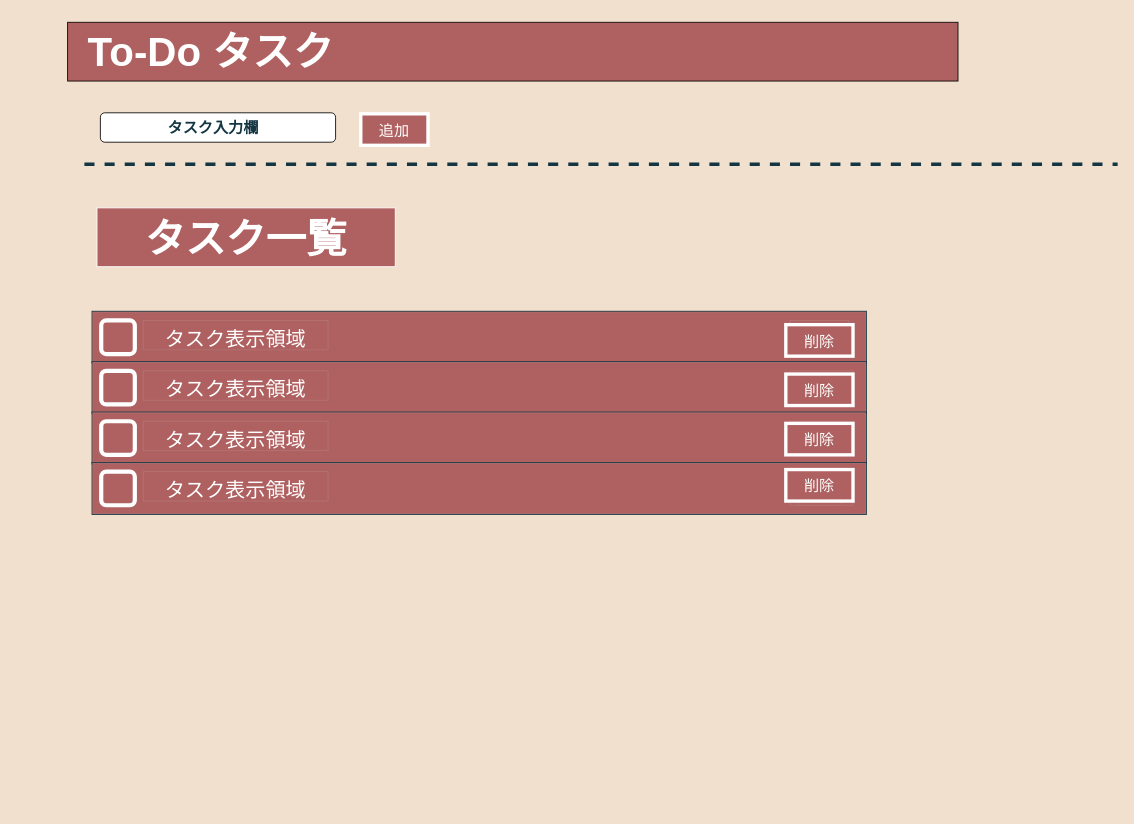
Before: documents/images/image_To-DoWebApp.drawio in IshizakiKeisuke/To-do-App, a draw.io diagram. Source tidied: cells renumbered, new cells numbered last; positions are measured from the earlier drawing's top-left corner, leaving out a move shared by most shapes. Both pictures are drawn from the tidied source at 84%, with x=0, y=0 at pixel (14, 22).
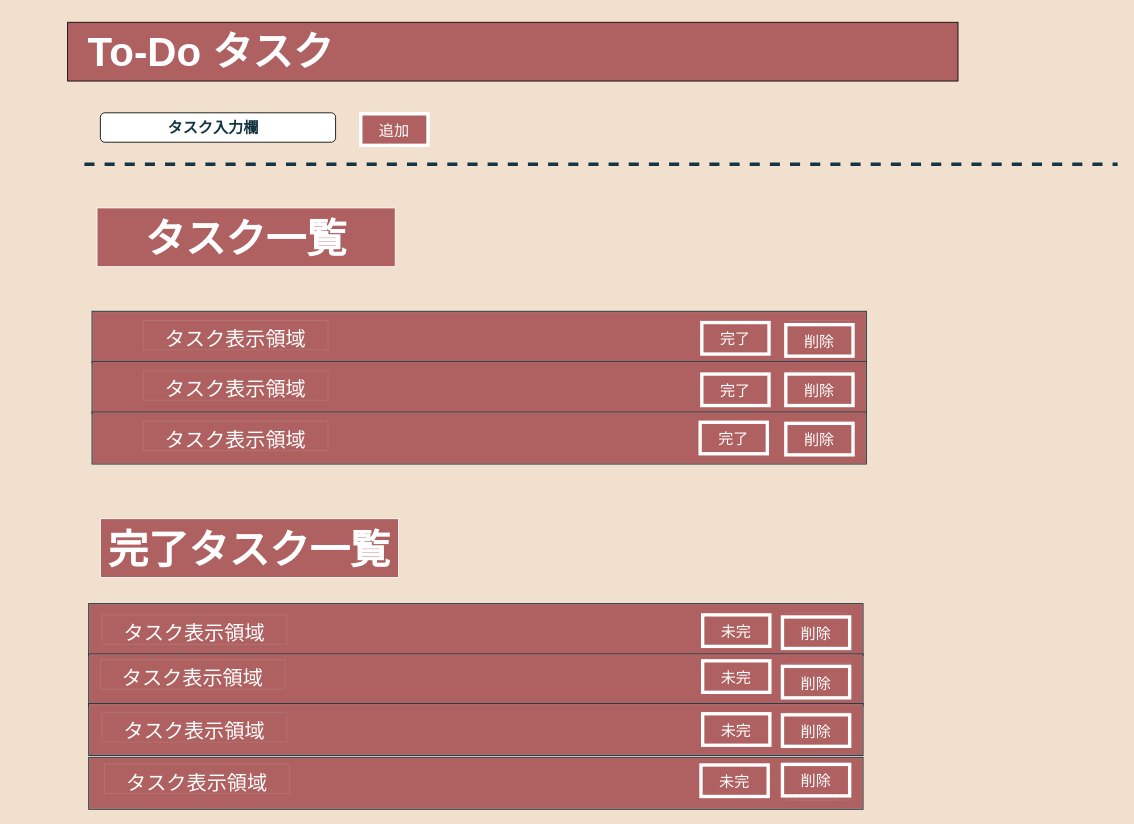
After the change.

Unchanged cells that the change refers to:
```xml
<mxCell id="7" style="group;fillColor=none;strokeColor=#143642;fontColor=#FFFFFF;strokeWidth=3;perimeterSpacing=3;" parent="1" vertex="1">
  <mxGeometry x="93" y="345" width="920" height="60" as="geometry" />
</mxCell>
<mxCell id="16" style="group;fillColor=none;strokeColor=#143642;fontColor=#FFFFFF;strokeWidth=3;perimeterSpacing=3;" parent="1" vertex="1">
  <mxGeometry x="93" y="405" width="920" height="60" as="geometry" />
</mxCell>
<mxCell id="25" style="group;fillColor=none;strokeColor=#143642;fontColor=#FFFFFF;strokeWidth=3;perimeterSpacing=3;" parent="1" vertex="1">
  <mxGeometry x="93" y="465" width="920" height="60" as="geometry" />
</mxCell>
```

Diff of the diagram source:
```diff
@@
-    <mxCell id="12" style="rounded=1;whiteSpace=wrap;html=1;fontSize=36;fillColor=#AF6060;strokeColor=#FFFFFF;strokeWidth=5;perimeterSpacing=3;" parent="7" vertex="1">
-      <mxGeometry x="10" y="10" width="40" height="40" as="geometry" />
-    </mxCell>
@@
+    <mxCell id="47" style="group;perimeterSpacing=3;" parent="7" vertex="1">
+      <mxGeometry x="725" y="7.5" width="80" height="42.5" as="geometry" />
+    </mxCell>
+    <mxCell id="48" style="group;fillColor=#AF6060;strokeColor=#FFFFFF;strokeWidth=4;perimeterSpacing=3;" parent="47" vertex="1">
+      <mxGeometry y="5" width="80" height="37.5" as="geometry" />
+    </mxCell>
+    <mxCell id="49" value="&lt;font color=&quot;#ffffff&quot;&gt;&lt;span style=&quot;font-size: 18px&quot;&gt;完了&lt;/span&gt;&lt;/font&gt;" style="text;html=1;align=center;verticalAlign=middle;whiteSpace=wrap;rounded=0;fontSize=36;fillColor=none;strokeColor=none;strokeWidth=3;perimeterSpacing=3;" parent="47" vertex="1">
+      <mxGeometry width="80" height="37.5" as="geometry" />
+    </mxCell>
@@
-    <mxCell id="19" style="rounded=1;whiteSpace=wrap;html=1;fontSize=36;fillColor=#AF6060;strokeColor=#FFFFFF;strokeWidth=5;perimeterSpacing=3;" parent="16" vertex="1">
-      <mxGeometry x="10" y="10" width="40" height="40" as="geometry" />
-    </mxCell>
@@
+    <mxCell id="50" style="group;perimeterSpacing=3;" parent="16" vertex="1">
+      <mxGeometry x="725" y="8.8" width="80" height="42.5" as="geometry" />
+    </mxCell>
+    <mxCell id="51" style="group;fillColor=#AF6060;strokeColor=#FFFFFF;strokeWidth=4;perimeterSpacing=3;" parent="50" vertex="1">
+      <mxGeometry y="5" width="80" height="37.5" as="geometry" />
+    </mxCell>
+    <mxCell id="52" value="&lt;font color=&quot;#ffffff&quot;&gt;&lt;span style=&quot;font-size: 18px&quot;&gt;完了&lt;/span&gt;&lt;/font&gt;" style="text;html=1;align=center;verticalAlign=middle;whiteSpace=wrap;rounded=0;fontSize=36;fillColor=none;strokeColor=none;strokeWidth=3;perimeterSpacing=3;" parent="50" vertex="1">
+      <mxGeometry width="80" height="37.5" as="geometry" />
+    </mxCell>
@@
-    <mxCell id="33" style="rounded=1;whiteSpace=wrap;html=1;fontSize=36;fillColor=#AF6060;strokeColor=#FFFFFF;strokeWidth=5;perimeterSpacing=3;" parent="25" vertex="1">
-      <mxGeometry x="10" y="10" width="40" height="40" as="geometry" />
-    </mxCell>
-    <mxCell id="34" style="group;fillColor=none;strokeColor=#143642;fontColor=#FFFFFF;strokeWidth=3;perimeterSpacing=3;glass=1;" parent="1" vertex="1">
-      <mxGeometry x="93" y="525" width="920" height="60" as="geometry" />
-    </mxCell>
-    <mxCell id="35" style="rounded=0;whiteSpace=wrap;html=1;fontSize=36;fillColor=#AF6060;strokeColor=#B47474;fontColor=#FFFFFF;perimeterSpacing=3;" parent="34" vertex="1">
-      <mxGeometry width="920" height="60" as="geometry" />
-    </mxCell>
-    <mxCell id="36" value="&lt;font style=&quot;font-size: 24px&quot;&gt;タスク表示領域&lt;/font&gt;" style="text;html=1;align=center;verticalAlign=middle;whiteSpace=wrap;rounded=0;fontSize=36;fillColor=#AF6060;strokeColor=#B47474;fontColor=#FFFFFF;perimeterSpacing=3;" parent="34" vertex="1">
-      <mxGeometry x="60" y="10" width="220" height="35" as="geometry" />
-    </mxCell>
-    <mxCell id="37" style="group;fillColor=#AF6060;strokeColor=#B47474;fontColor=#FFFFFF;perimeterSpacing=3;" parent="34" vertex="1">
-      <mxGeometry x="830" y="10" width="75" height="40" as="geometry" />
-    </mxCell>
-    <mxCell id="38" style="rounded=1;whiteSpace=wrap;html=1;fontSize=36;fillColor=#AF6060;strokeColor=#B47474;fontColor=#FFFFFF;perimeterSpacing=3;" parent="37" vertex="1">
-      <mxGeometry x="8.8" y="12" width="52.5" height="28" as="geometry" />
-    </mxCell>
-    <mxCell id="39" style="group;perimeterSpacing=3;" parent="37" vertex="1">
-      <mxGeometry x="-5" y="-7.5" width="80" height="42.5" as="geometry" />
-    </mxCell>
-    <mxCell id="40" style="group;fillColor=#AF6060;strokeColor=#FFFFFF;strokeWidth=4;perimeterSpacing=3;" parent="39" vertex="1">
-      <mxGeometry y="5" width="80" height="37.5" as="geometry" />
-    </mxCell>
-    <mxCell id="41" value="&lt;div&gt;&lt;span style=&quot;font-size: 18px ; color: rgb(255 , 255 , 255) ; line-height: 1.2&quot;&gt;削除&lt;/span&gt;&lt;/div&gt;" style="text;html=1;align=center;verticalAlign=middle;whiteSpace=wrap;rounded=0;fontSize=36;fillColor=none;strokeColor=none;strokeWidth=3;perimeterSpacing=3;" parent="39" vertex="1">
-      <mxGeometry width="80" height="37.5" as="geometry" />
-    </mxCell>
-    <mxCell id="42" style="rounded=1;whiteSpace=wrap;html=1;fontSize=36;fillColor=#AF6060;strokeColor=#FFFFFF;strokeWidth=5;perimeterSpacing=3;" parent="34" vertex="1">
-      <mxGeometry x="10" y="10" width="40" height="40" as="geometry" />
-    </mxCell>
+    <mxCell id="53" style="group;perimeterSpacing=3;" parent="25" vertex="1">
+      <mxGeometry x="723" y="6.2" width="80" height="42.5" as="geometry" />
+    </mxCell>
+    <mxCell id="54" style="group;fillColor=#AF6060;strokeColor=#FFFFFF;strokeWidth=4;perimeterSpacing=3;" parent="53" vertex="1">
+      <mxGeometry y="5" width="80" height="37.5" as="geometry" />
+    </mxCell>
+    <mxCell id="55" value="&lt;font color=&quot;#ffffff&quot;&gt;&lt;span style=&quot;font-size: 18px&quot;&gt;完了&lt;/span&gt;&lt;/font&gt;" style="text;html=1;align=center;verticalAlign=middle;whiteSpace=wrap;rounded=0;fontSize=36;fillColor=none;strokeColor=none;strokeWidth=3;perimeterSpacing=3;" parent="53" vertex="1">
+      <mxGeometry width="80" height="37.5" as="geometry" />
+    </mxCell>
@@
+    <mxCell id="56" value="&lt;h2&gt;&lt;span style=&quot;font-size: 48px&quot;&gt;完了タスク一覧&lt;/span&gt;&lt;/h2&gt;" style="text;html=1;strokeColor=#FFFFFF;fillColor=#AF6060;align=center;verticalAlign=middle;whiteSpace=wrap;rounded=0;fontSize=36;fontColor=#FFFFFF;labelBackgroundColor=none;" parent="1" vertex="1">
+      <mxGeometry x="102" y="591" width="355" height="70" as="geometry" />
+    </mxCell>
+    <mxCell id="57" style="group;fillColor=none;strokeColor=#143642;fontColor=#FFFFFF;strokeWidth=3;perimeterSpacing=3;" parent="1" vertex="1">
+      <mxGeometry x="89" y="693" width="920" height="60" as="geometry" />
+    </mxCell>
+    <mxCell id="58" style="rounded=0;whiteSpace=wrap;html=1;fontSize=36;fillColor=#AF6060;strokeColor=#B47474;fontColor=#FFFFFF;perimeterSpacing=3;" parent="57" vertex="1">
+      <mxGeometry width="920" height="60" as="geometry" />
+    </mxCell>
+    <mxCell id="59" value="&lt;font style=&quot;font-size: 24px&quot;&gt;タスク表示領域&lt;/font&gt;" style="text;html=1;align=center;verticalAlign=middle;whiteSpace=wrap;rounded=0;fontSize=36;fillColor=#AF6060;strokeColor=#B47474;fontColor=#FFFFFF;perimeterSpacing=3;" parent="57" vertex="1">
+      <mxGeometry x="15" y="12.5" width="220" height="35" as="geometry" />
+    </mxCell>
+    <mxCell id="60" style="group;fillColor=#AF6060;strokeColor=#B47474;fontColor=#FFFFFF;perimeterSpacing=3;" parent="57" vertex="1">
+      <mxGeometry x="830" y="10" width="70" height="40" as="geometry" />
+    </mxCell>
+    <mxCell id="61" style="rounded=1;whiteSpace=wrap;html=1;fontSize=36;fillColor=#AF6060;strokeColor=#B47474;fontColor=#FFFFFF;perimeterSpacing=3;" parent="60" vertex="1">
+      <mxGeometry x="8.8" y="12" width="52.5" height="28" as="geometry" />
+    </mxCell>
+    <mxCell id="62" style="group;perimeterSpacing=3;" parent="57" vertex="1">
+      <mxGeometry x="825" y="10" width="80" height="42.5" as="geometry" />
+    </mxCell>
+    <mxCell id="63" style="group;fillColor=#AF6060;strokeColor=#FFFFFF;strokeWidth=4;perimeterSpacing=3;" parent="62" vertex="1">
+      <mxGeometry y="5" width="80" height="37.5" as="geometry" />
+    </mxCell>
+    <mxCell id="64" value="&lt;font color=&quot;#ffffff&quot;&gt;&lt;span style=&quot;font-size: 18px&quot;&gt;削除&lt;/span&gt;&lt;/font&gt;" style="text;html=1;align=center;verticalAlign=middle;whiteSpace=wrap;rounded=0;fontSize=36;fillColor=none;strokeColor=none;strokeWidth=3;perimeterSpacing=3;" parent="62" vertex="1">
+      <mxGeometry width="80" height="37.5" as="geometry" />
+    </mxCell>
+    <mxCell id="65" style="group;perimeterSpacing=3;" parent="57" vertex="1">
+      <mxGeometry x="730" y="7.5" width="80" height="42.5" as="geometry" />
+    </mxCell>
+    <mxCell id="66" style="group;fillColor=#AF6060;strokeColor=#FFFFFF;strokeWidth=4;perimeterSpacing=3;" parent="65" vertex="1">
+      <mxGeometry y="5" width="80" height="37.5" as="geometry" />
+    </mxCell>
+    <mxCell id="67" value="&lt;font color=&quot;#ffffff&quot;&gt;&lt;span style=&quot;font-size: 18px&quot;&gt;未完&lt;/span&gt;&lt;/font&gt;" style="text;html=1;align=center;verticalAlign=middle;whiteSpace=wrap;rounded=0;fontSize=36;fillColor=none;strokeColor=none;strokeWidth=3;perimeterSpacing=3;" parent="65" vertex="1">
+      <mxGeometry width="80" height="37.5" as="geometry" />
+    </mxCell>
+    <mxCell id="68" style="group;fillColor=none;strokeColor=#143642;fontColor=#FFFFFF;strokeWidth=3;perimeterSpacing=3;" parent="1" vertex="1">
+      <mxGeometry x="89" y="753" width="920" height="60" as="geometry" />
+    </mxCell>
+    <mxCell id="69" style="rounded=0;whiteSpace=wrap;html=1;fontSize=36;fillColor=#AF6060;strokeColor=#B47474;fontColor=#FFFFFF;perimeterSpacing=3;" parent="68" vertex="1">
+      <mxGeometry width="920" height="60" as="geometry" />
+    </mxCell>
+    <mxCell id="70" value="&lt;font style=&quot;font-size: 24px&quot;&gt;タスク表示領域&lt;/font&gt;" style="text;html=1;align=center;verticalAlign=middle;whiteSpace=wrap;rounded=0;fontSize=36;fillColor=#AF6060;strokeColor=#B47474;fontColor=#FFFFFF;perimeterSpacing=3;" parent="68" vertex="1">
+      <mxGeometry x="13" y="6" width="220" height="35" as="geometry" />
+    </mxCell>
+    <mxCell id="71" style="group;fillColor=#AF6060;strokeColor=#B47474;fontColor=#FFFFFF;perimeterSpacing=3;" parent="68" vertex="1">
+      <mxGeometry x="830" y="10" width="75" height="41.2" as="geometry" />
+    </mxCell>
+    <mxCell id="72" style="rounded=1;whiteSpace=wrap;html=1;fontSize=36;fillColor=#AF6060;strokeColor=#B47474;fontColor=#FFFFFF;perimeterSpacing=3;" parent="71" vertex="1">
+      <mxGeometry x="8.8" y="12" width="52.5" height="28" as="geometry" />
+    </mxCell>
+    <mxCell id="73" style="group;perimeterSpacing=3;" parent="71" vertex="1">
+      <mxGeometry x="-5" y="-1.2" width="80" height="42.5" as="geometry" />
+    </mxCell>
+    <mxCell id="74" style="group;fillColor=#AF6060;strokeColor=#FFFFFF;strokeWidth=4;perimeterSpacing=3;" parent="73" vertex="1">
+      <mxGeometry y="5" width="80" height="37.5" as="geometry" />
+    </mxCell>
+    <mxCell id="75" value="&lt;font color=&quot;#ffffff&quot;&gt;&lt;span style=&quot;font-size: 18px&quot;&gt;削除&lt;/span&gt;&lt;/font&gt;" style="text;html=1;align=center;verticalAlign=middle;whiteSpace=wrap;rounded=0;fontSize=36;fillColor=none;strokeColor=none;strokeWidth=3;perimeterSpacing=3;" parent="73" vertex="1">
+      <mxGeometry width="80" height="37.5" as="geometry" />
+    </mxCell>
+    <mxCell id="76" style="group;perimeterSpacing=3;" parent="68" vertex="1">
+      <mxGeometry x="730" y="2.2" width="80" height="42.5" as="geometry" />
+    </mxCell>
+    <mxCell id="77" style="group;fillColor=#AF6060;strokeColor=#FFFFFF;strokeWidth=4;perimeterSpacing=3;" parent="76" vertex="1">
+      <mxGeometry y="5" width="80" height="37.5" as="geometry" />
+    </mxCell>
+    <mxCell id="78" value="&lt;font color=&quot;#ffffff&quot;&gt;&lt;span style=&quot;font-size: 18px&quot;&gt;未完&lt;/span&gt;&lt;/font&gt;" style="text;html=1;align=center;verticalAlign=middle;whiteSpace=wrap;rounded=0;fontSize=36;fillColor=none;strokeColor=none;strokeWidth=3;perimeterSpacing=3;" parent="76" vertex="1">
+      <mxGeometry width="80" height="37.5" as="geometry" />
+    </mxCell>
+    <mxCell id="79" style="group;fillColor=none;strokeColor=#143642;fontColor=#FFFFFF;strokeWidth=3;perimeterSpacing=3;" parent="1" vertex="1">
+      <mxGeometry x="89" y="812" width="920" height="60" as="geometry" />
+    </mxCell>
+    <mxCell id="80" style="rounded=0;whiteSpace=wrap;html=1;fontSize=36;fillColor=#AF6060;strokeColor=#B47474;fontColor=#FFFFFF;perimeterSpacing=3;" parent="79" vertex="1">
+      <mxGeometry width="920" height="60" as="geometry" />
+    </mxCell>
+    <mxCell id="81" value="&lt;font style=&quot;font-size: 24px&quot;&gt;タスク表示領域&lt;/font&gt;" style="text;html=1;align=center;verticalAlign=middle;whiteSpace=wrap;rounded=0;fontSize=36;fillColor=#AF6060;strokeColor=#B47474;fontColor=#FFFFFF;perimeterSpacing=3;" parent="79" vertex="1">
+      <mxGeometry x="15" y="10" width="220" height="35" as="geometry" />
+    </mxCell>
+    <mxCell id="82" style="group;fillColor=#AF6060;strokeColor=#B47474;fontColor=#FFFFFF;perimeterSpacing=3;" parent="79" vertex="1">
+      <mxGeometry x="830" y="10" width="75" height="40" as="geometry" />
+    </mxCell>
+    <mxCell id="83" style="rounded=1;whiteSpace=wrap;html=1;fontSize=36;fillColor=#AF6060;strokeColor=#B47474;fontColor=#FFFFFF;perimeterSpacing=3;" parent="82" vertex="1">
+      <mxGeometry x="8.8" y="12" width="52.5" height="28" as="geometry" />
+    </mxCell>
+    <mxCell id="84" style="group;perimeterSpacing=3;" parent="82" vertex="1">
+      <mxGeometry x="-5" y="-2.5" width="80" height="42.5" as="geometry" />
+    </mxCell>
+    <mxCell id="85" style="group;fillColor=#AF6060;strokeColor=#FFFFFF;strokeWidth=4;perimeterSpacing=3;" parent="84" vertex="1">
+      <mxGeometry y="5" width="80" height="37.5" as="geometry" />
+    </mxCell>
+    <mxCell id="86" value="&lt;div&gt;&lt;span style=&quot;font-size: 18px ; color: rgb(255 , 255 , 255) ; line-height: 1.2&quot;&gt;削除&lt;/span&gt;&lt;/div&gt;" style="text;html=1;align=center;verticalAlign=middle;whiteSpace=wrap;rounded=0;fontSize=36;fillColor=none;strokeColor=none;strokeWidth=3;perimeterSpacing=3;" parent="84" vertex="1">
+      <mxGeometry width="80" height="37.5" as="geometry" />
+    </mxCell>
+    <mxCell id="87" style="group;perimeterSpacing=3;" parent="79" vertex="1">
+      <mxGeometry x="730" y="6.2" width="80" height="42.5" as="geometry" />
+    </mxCell>
+    <mxCell id="88" style="group;fillColor=#AF6060;strokeColor=#FFFFFF;strokeWidth=4;perimeterSpacing=3;" parent="87" vertex="1">
+      <mxGeometry y="5" width="80" height="37.5" as="geometry" />
+    </mxCell>
+    <mxCell id="89" value="&lt;font color=&quot;#ffffff&quot;&gt;&lt;span style=&quot;font-size: 18px&quot;&gt;未完&lt;/span&gt;&lt;/font&gt;" style="text;html=1;align=center;verticalAlign=middle;whiteSpace=wrap;rounded=0;fontSize=36;fillColor=none;strokeColor=none;strokeWidth=3;perimeterSpacing=3;" parent="87" vertex="1">
+      <mxGeometry width="80" height="37.5" as="geometry" />
+    </mxCell>
+    <mxCell id="90" style="group;fillColor=none;strokeColor=#143642;fontColor=#FFFFFF;strokeWidth=3;perimeterSpacing=3;glass=1;" parent="1" vertex="1">
+      <mxGeometry x="89" y="876" width="920" height="60" as="geometry" />
+    </mxCell>
+    <mxCell id="91" style="rounded=0;whiteSpace=wrap;html=1;fontSize=36;fillColor=#AF6060;strokeColor=#B47474;fontColor=#FFFFFF;perimeterSpacing=3;" parent="90" vertex="1">
+      <mxGeometry width="920" height="60" as="geometry" />
+    </mxCell>
+    <mxCell id="92" value="&lt;font style=&quot;font-size: 24px&quot;&gt;タスク表示領域&lt;/font&gt;" style="text;html=1;align=center;verticalAlign=middle;whiteSpace=wrap;rounded=0;fontSize=36;fillColor=#AF6060;strokeColor=#B47474;fontColor=#FFFFFF;perimeterSpacing=3;" parent="90" vertex="1">
+      <mxGeometry x="18" y="7" width="220" height="35" as="geometry" />
+    </mxCell>
+    <mxCell id="93" style="group;fillColor=#AF6060;strokeColor=#B47474;fontColor=#FFFFFF;perimeterSpacing=3;" parent="90" vertex="1">
+      <mxGeometry x="830" y="10" width="75" height="40" as="geometry" />
+    </mxCell>
+    <mxCell id="94" style="rounded=1;whiteSpace=wrap;html=1;fontSize=36;fillColor=#AF6060;strokeColor=#B47474;fontColor=#FFFFFF;perimeterSpacing=3;" parent="93" vertex="1">
+      <mxGeometry x="8.8" y="12" width="52.5" height="28" as="geometry" />
+    </mxCell>
+    <mxCell id="39" style="group;perimeterSpacing=3;" parent="93" vertex="1">
+      <mxGeometry x="-5" y="-7.5" width="80" height="42.5" as="geometry" />
+    </mxCell>
+    <mxCell id="95" style="group;fillColor=#AF6060;strokeColor=#FFFFFF;strokeWidth=4;perimeterSpacing=3;" parent="39" vertex="1">
+      <mxGeometry y="5" width="80" height="37.5" as="geometry" />
+    </mxCell>
+    <mxCell id="96" value="&lt;div&gt;&lt;span style=&quot;font-size: 18px ; color: rgb(255 , 255 , 255) ; line-height: 1.2&quot;&gt;削除&lt;/span&gt;&lt;/div&gt;" style="text;html=1;align=center;verticalAlign=middle;whiteSpace=wrap;rounded=0;fontSize=36;fillColor=none;strokeColor=none;strokeWidth=3;perimeterSpacing=3;" parent="39" vertex="1">
+      <mxGeometry width="80" height="37.5" as="geometry" />
+    </mxCell>
+    <mxCell id="97" style="group;perimeterSpacing=3;" parent="90" vertex="1">
+      <mxGeometry x="728" y="3.2" width="80" height="42.5" as="geometry" />
+    </mxCell>
+    <mxCell id="98" style="group;fillColor=#AF6060;strokeColor=#FFFFFF;strokeWidth=4;perimeterSpacing=3;" parent="97" vertex="1">
+      <mxGeometry y="5" width="80" height="37.5" as="geometry" />
+    </mxCell>
+    <mxCell id="99" value="&lt;font color=&quot;#ffffff&quot;&gt;&lt;span style=&quot;font-size: 18px&quot;&gt;未完&lt;/span&gt;&lt;/font&gt;" style="text;html=1;align=center;verticalAlign=middle;whiteSpace=wrap;rounded=0;fontSize=36;fillColor=none;strokeColor=none;strokeWidth=3;perimeterSpacing=3;" parent="97" vertex="1">
+      <mxGeometry width="80" height="37.5" as="geometry" />
+    </mxCell>
```
